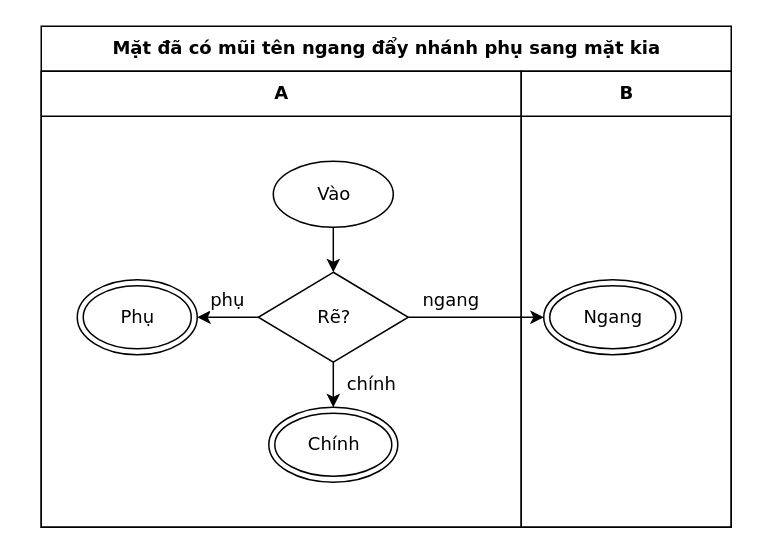
This is conformance/golden/optimize/cases-44-place-hside-before-branch.drawio from luytbq/flowcast, a draw.io file, before an edit. Source tidied: cells renumbered, new cells numbered last; positions are measured from the earlier drawing's top-left corner, leaving out a move shared by most shapes. Both pictures are drawn from the tidied source at 150%, with x=0, y=0 at pixel (40, 26).
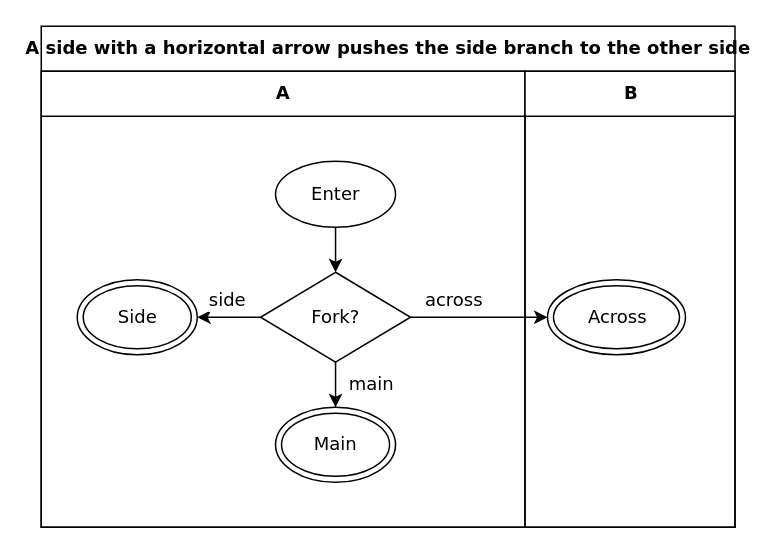
The same page after the edit.

Change to the diagram source:
```diff
@@
 <mxGraphModel>
   <root>
     <mxCell id="0" />
     <mxCell id="1" parent="0" />
-    <mxCell id="2" value="Mặt đã có mũi tên ngang đẩy nhánh phụ sang mặt kia" style="swimlane;html=1;startSize=30;fontStyle=1;fontFamily=Verdana;fontSize=12;flowtable=1;" parent="1" vertex="1">
-      <mxGeometry width="460" height="334" as="geometry" />
+    <mxCell id="2" value="A side with a horizontal arrow pushes the side branch to the other side" style="swimlane;html=1;startSize=30;fontStyle=1;fontFamily=Verdana;fontSize=12;flowtable=1;" parent="1" vertex="1">
+      <mxGeometry width="462.5" height="334" as="geometry" />
     </mxCell>
     <mxCell id="3" value="A" style="swimlane;html=1;startSize=30;fontFamily=Verdana;fontSize=12;flowtable=1;" parent="2" vertex="1">
-      <mxGeometry y="30" width="320" height="304" as="geometry" />
+      <mxGeometry y="30" width="322.5" height="304" as="geometry" />
     </mxCell>
     <mxCell id="4" value="B" style="swimlane;html=1;startSize=30;fontFamily=Verdana;fontSize=12;flowtable=1;" parent="2" vertex="1">
-      <mxGeometry x="320" y="30" width="140" height="304" as="geometry" />
+      <mxGeometry x="322.5" y="30" width="140" height="304" as="geometry" />
     </mxCell>
-    <mxCell id="5" value="Vào" style="ellipse;html=1;fontFamily=Verdana;fontSize=12;flowtable=1;" parent="3" vertex="1">
-      <mxGeometry x="154.7" y="60" width="80" height="44" as="geometry" />
+    <mxCell id="5" value="Enter" style="ellipse;html=1;fontFamily=Verdana;fontSize=12;flowtable=1;" parent="3" vertex="1">
+      <mxGeometry x="156.2" y="60" width="80" height="44" as="geometry" />
     </mxCell>
-    <mxCell id="6" value="Rẽ?" style="rhombus;html=1;fontFamily=Verdana;fontSize=12;flowtable=1;" parent="3" vertex="1">
-      <mxGeometry x="144.7" y="134" width="100" height="60" as="geometry" />
+    <mxCell id="6" value="Fork?" style="rhombus;html=1;fontFamily=Verdana;fontSize=12;flowtable=1;" parent="3" vertex="1">
+      <mxGeometry x="146.2" y="134" width="100" height="60" as="geometry" />
     </mxCell>
-    <mxCell id="7" value="Ngang" style="shape=doubleEllipse;html=1;fontFamily=Verdana;fontSize=12;flowtable=1;" parent="4" vertex="1">
+    <mxCell id="7" value="Across" style="shape=doubleEllipse;html=1;fontFamily=Verdana;fontSize=12;flowtable=1;" parent="4" vertex="1">
       <mxGeometry x="15" y="139" width="92" height="50" as="geometry" />
     </mxCell>
-    <mxCell id="8" value="Phụ" style="shape=doubleEllipse;html=1;fontFamily=Verdana;fontSize=12;flowtable=1;" parent="3" vertex="1">
+    <mxCell id="8" value="Side" style="shape=doubleEllipse;html=1;fontFamily=Verdana;fontSize=12;flowtable=1;" parent="3" vertex="1">
       <mxGeometry x="24" y="139" width="80" height="50" as="geometry" />
     </mxCell>
-    <mxCell id="9" value="Chính" style="shape=doubleEllipse;html=1;fontFamily=Verdana;fontSize=12;flowtable=1;" parent="3" vertex="1">
-      <mxGeometry x="151.7" y="224" width="86" height="50" as="geometry" />
+    <mxCell id="9" value="Main" style="shape=doubleEllipse;html=1;fontFamily=Verdana;fontSize=12;flowtable=1;" parent="3" vertex="1">
+      <mxGeometry x="156.2" y="224" width="80" height="50" as="geometry" />
     </mxCell>
     <mxCell id="10" style="edgeStyle=orthogonalEdgeStyle;rounded=0;jettySize=auto;html=1;labelBackgroundColor=default;exitX=0.5;exitY=1;exitDx=0;exitDy=0;entryX=0.5;entryY=0;entryDx=0;entryDy=0;fontFamily=Verdana;fontSize=12;flowtable=1;" parent="2" edge="1" source="5" target="6">
       <mxGeometry relative="1" as="geometry" />
     </mxCell>
-    <mxCell id="11" value="ngang" style="edgeStyle=orthogonalEdgeStyle;rounded=0;jettySize=auto;html=1;labelBackgroundColor=default;exitX=1;exitY=0.5;exitDx=0;exitDy=0;entryX=0;entryY=0.5;entryDx=0;entryDy=0;fontFamily=Verdana;fontSize=12;flowtable=1;" parent="2" edge="1" source="6" target="7">
-      <mxGeometry x="-0.37" relative="1" as="geometry">
+    <mxCell id="11" value="across" style="edgeStyle=orthogonalEdgeStyle;rounded=0;jettySize=auto;html=1;labelBackgroundColor=default;exitX=1;exitY=0.5;exitDx=0;exitDy=0;entryX=0;entryY=0.5;entryDx=0;entryDy=0;fontFamily=Verdana;fontSize=12;flowtable=1;" parent="2" edge="1" source="6" target="7">
+      <mxGeometry x="-0.36" relative="1" as="geometry">
         <mxPoint y="-11.5" as="offset" />
       </mxGeometry>
     </mxCell>
-    <mxCell id="12" value="phụ" style="edgeStyle=orthogonalEdgeStyle;rounded=0;jettySize=auto;html=1;labelBackgroundColor=default;exitX=0;exitY=0.5;exitDx=0;exitDy=0;entryX=1;entryY=0.5;entryDx=0;entryDy=0;fontFamily=Verdana;fontSize=12;flowtable=1;" parent="2" edge="1" source="6" target="8">
+    <mxCell id="12" value="side" style="edgeStyle=orthogonalEdgeStyle;rounded=0;jettySize=auto;html=1;labelBackgroundColor=default;exitX=0;exitY=0.5;exitDx=0;exitDy=0;entryX=1;entryY=0.5;entryDx=0;entryDy=0;fontFamily=Verdana;fontSize=12;flowtable=1;" parent="2" edge="1" source="6" target="8">
       <mxGeometry x="0.05" relative="1" as="geometry">
         <mxPoint y="-11.5" as="offset" />
       </mxGeometry>
     </mxCell>
-    <mxCell id="13" value="chính" style="edgeStyle=orthogonalEdgeStyle;rounded=0;jettySize=auto;html=1;labelBackgroundColor=default;exitX=0.5;exitY=1;exitDx=0;exitDy=0;entryX=0.5;entryY=0;entryDx=0;entryDy=0;fontFamily=Verdana;fontSize=12;flowtable=1;" parent="2" edge="1" source="6" target="9">
+    <mxCell id="13" value="main" style="edgeStyle=orthogonalEdgeStyle;rounded=0;jettySize=auto;html=1;labelBackgroundColor=default;exitX=0.5;exitY=1;exitDx=0;exitDy=0;entryX=0.5;entryY=0;entryDx=0;entryDy=0;fontFamily=Verdana;fontSize=12;flowtable=1;" parent="2" edge="1" source="6" target="9">
       <mxGeometry x="-0.03" relative="1" as="geometry">
-        <mxPoint x="25.2" as="offset" />
+        <mxPoint x="23.9" as="offset" />
       </mxGeometry>
     </mxCell>
   </root>
 </mxGraphModel>
```
